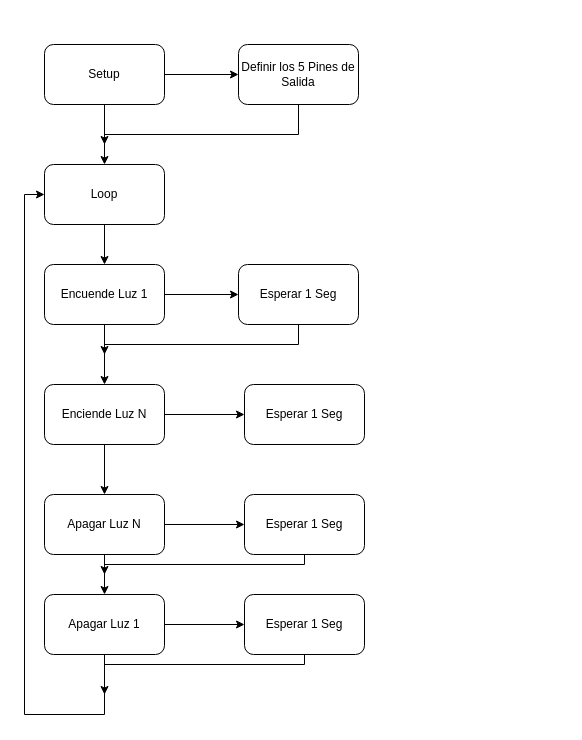
The draw.io diagram Untitled Diagram.drawio in juaruibr/arduino, before the edit. Source tidied: cells renumbered, new cells numbered last; positions are measured from the earlier drawing's top-left corner, leaving out a move shared by most shapes. Both pictures are drawn from the tidied source at 100%, with x=0, y=0 at pixel (24, 44).
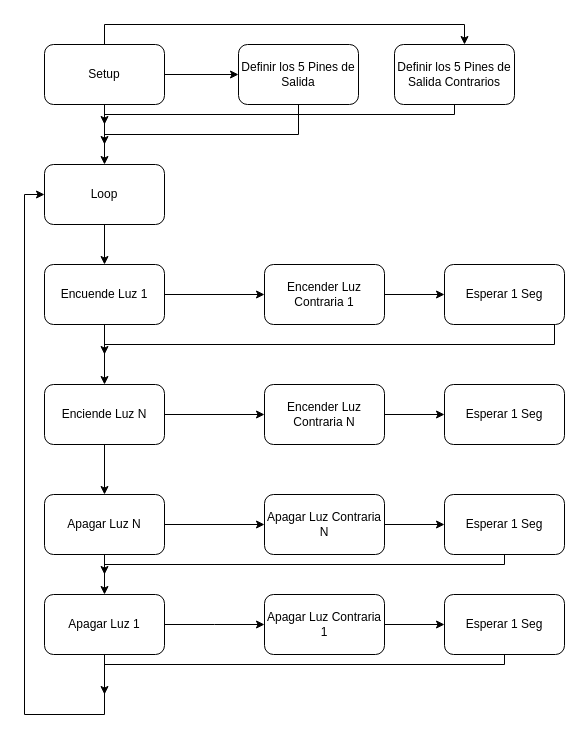
After the change.

Unchanged cells that the change refers to:
```xml
<mxCell id="4" value="Setup" style="rounded=1;whiteSpace=wrap;html=1;" parent="1" vertex="1">
  <mxGeometry x="20" width="120" height="60" as="geometry" />
</mxCell>
<mxCell id="7" value="Encuende Luz 1" style="rounded=1;whiteSpace=wrap;html=1;" parent="1" vertex="1">
  <mxGeometry x="20" y="220" width="120" height="60" as="geometry" />
</mxCell>
<mxCell id="12" value="Enciende Luz N" style="rounded=1;whiteSpace=wrap;html=1;" parent="1" vertex="1">
  <mxGeometry x="20" y="340" width="120" height="60" as="geometry" />
</mxCell>
<mxCell id="18" value="Apagar Luz N" style="rounded=1;whiteSpace=wrap;html=1;" parent="1" vertex="1">
  <mxGeometry x="20" y="450" width="120" height="60" as="geometry" />
</mxCell>
<mxCell id="21" value="Apagar Luz 1" style="rounded=1;whiteSpace=wrap;html=1;" parent="1" vertex="1">
  <mxGeometry x="20" y="550" width="120" height="60" as="geometry" />
</mxCell>
```

Change to the diagram source:
```diff
@@
+    <mxCell id="28" style="edgeStyle=orthogonalEdgeStyle;rounded=0;jettySize=auto;html=1;" parent="1" edge="1" source="4" target="38">
+      <mxGeometry relative="1" as="geometry">
+        <Array as="points">
+          <mxPoint x="80" y="-20" />
+          <mxPoint x="440" y="-20" />
+        </Array>
+      </mxGeometry>
+    </mxCell>
@@
-    <mxCell id="6" style="edgeStyle=orthogonalEdgeStyle;rounded=0;jettySize=auto;html=1;" parent="1" edge="1" source="7" target="14">
+    <mxCell id="6" style="edgeStyle=orthogonalEdgeStyle;rounded=0;jettySize=auto;html=1;entryX=0;entryY=0.5;entryDx=0;entryDy=0;" parent="1" edge="1" source="7" target="30">
       <mxGeometry relative="1" as="geometry" />
     </mxCell>
@@
-    <mxCell id="10" style="edgeStyle=orthogonalEdgeStyle;rounded=0;jettySize=auto;html=1;" parent="1" edge="1" source="12" target="15">
+    <mxCell id="10" style="edgeStyle=orthogonalEdgeStyle;rounded=0;jettySize=auto;html=1;entryX=0;entryY=0.5;entryDx=0;entryDy=0;" parent="1" edge="1" source="12" target="32">
       <mxGeometry relative="1" as="geometry" />
     </mxCell>
@@
     <mxCell id="13" style="edgeStyle=orthogonalEdgeStyle;rounded=0;jettySize=auto;html=1;" parent="1" edge="1" source="14">
       <mxGeometry relative="1" as="geometry">
         <mxPoint x="80" y="310" as="targetPoint" />
         <Array as="points">
-          <mxPoint x="274" y="300" />
+          <mxPoint x="530" y="300" />
           <mxPoint x="80" y="300" />
         </Array>
       </mxGeometry>
     </mxCell>
     <mxCell id="14" value="Esperar 1 Seg" style="rounded=1;whiteSpace=wrap;html=1;" parent="1" vertex="1">
-      <mxGeometry x="214" y="220" width="120" height="60" as="geometry" />
+      <mxGeometry x="420" y="220" width="120" height="60" as="geometry" />
     </mxCell>
     <mxCell id="15" value="Esperar 1 Seg" style="rounded=1;whiteSpace=wrap;html=1;" parent="1" vertex="1">
-      <mxGeometry x="220" y="340" width="120" height="60" as="geometry" />
+      <mxGeometry x="420" y="340" width="120" height="60" as="geometry" />
     </mxCell>
-    <mxCell id="16" style="edgeStyle=orthogonalEdgeStyle;rounded=0;jettySize=auto;html=1;" parent="1" edge="1" source="18" target="23">
+    <mxCell id="16" style="edgeStyle=orthogonalEdgeStyle;rounded=0;jettySize=auto;html=1;" parent="1" edge="1" source="18" target="34">
       <mxGeometry relative="1" as="geometry" />
     </mxCell>
@@
-    <mxCell id="19" style="edgeStyle=orthogonalEdgeStyle;rounded=0;jettySize=auto;html=1;" parent="1" edge="1" source="21" target="25">
-      <mxGeometry relative="1" as="geometry" />
+    <mxCell id="19" style="edgeStyle=orthogonalEdgeStyle;rounded=0;jettySize=auto;html=1;" parent="1" edge="1" source="21">
+      <mxGeometry relative="1" as="geometry">
+        <mxPoint x="240" y="580" as="targetPoint" />
+      </mxGeometry>
     </mxCell>
@@
     <mxCell id="22" style="edgeStyle=orthogonalEdgeStyle;rounded=0;jettySize=auto;html=1;" parent="1" edge="1" source="23">
       <mxGeometry relative="1" as="geometry">
         <mxPoint x="80" y="530" as="targetPoint" />
         <Array as="points">
-          <mxPoint x="280" y="520" />
+          <mxPoint x="480" y="520" />
           <mxPoint x="80" y="520" />
         </Array>
       </mxGeometry>
     </mxCell>
     <mxCell id="23" value="Esperar 1 Seg" style="rounded=1;whiteSpace=wrap;html=1;" parent="1" vertex="1">
-      <mxGeometry x="220" y="450" width="120" height="60" as="geometry" />
+      <mxGeometry x="420" y="450" width="120" height="60" as="geometry" />
     </mxCell>
     <mxCell id="24" style="edgeStyle=orthogonalEdgeStyle;rounded=0;jettySize=auto;html=1;" parent="1" edge="1" source="25">
       <mxGeometry relative="1" as="geometry">
         <mxPoint x="80" y="650" as="targetPoint" />
         <Array as="points">
-          <mxPoint x="280" y="620" />
+          <mxPoint x="480" y="620" />
           <mxPoint x="80" y="620" />
         </Array>
       </mxGeometry>
     </mxCell>
     <mxCell id="25" value="Esperar 1 Seg" style="rounded=1;whiteSpace=wrap;html=1;" parent="1" vertex="1">
-      <mxGeometry x="220" y="550" width="120" height="60" as="geometry" />
+      <mxGeometry x="420" y="550" width="120" height="60" as="geometry" />
     </mxCell>
@@
+    <mxCell id="29" style="edgeStyle=orthogonalEdgeStyle;rounded=0;jettySize=auto;html=1;entryX=0;entryY=0.5;entryDx=0;entryDy=0;" parent="1" edge="1" source="30" target="14">
+      <mxGeometry relative="1" as="geometry" />
+    </mxCell>
+    <mxCell id="30" value="Encender Luz Contraria 1" style="rounded=1;whiteSpace=wrap;html=1;" parent="1" vertex="1">
+      <mxGeometry x="240" y="220" width="120" height="60" as="geometry" />
+    </mxCell>
+    <mxCell id="31" style="edgeStyle=orthogonalEdgeStyle;rounded=0;jettySize=auto;html=1;" parent="1" edge="1" source="32" target="15">
+      <mxGeometry relative="1" as="geometry" />
+    </mxCell>
+    <mxCell id="32" value="Encender Luz Contraria N" style="rounded=1;whiteSpace=wrap;html=1;" parent="1" vertex="1">
+      <mxGeometry x="240" y="340" width="120" height="60" as="geometry" />
+    </mxCell>
+    <mxCell id="33" style="edgeStyle=orthogonalEdgeStyle;rounded=0;jettySize=auto;html=1;" parent="1" edge="1" source="34" target="23">
+      <mxGeometry relative="1" as="geometry" />
+    </mxCell>
+    <mxCell id="34" value="Apagar Luz Contraria&lt;br&gt;N" style="rounded=1;whiteSpace=wrap;html=1;" parent="1" vertex="1">
+      <mxGeometry x="240" y="450" width="120" height="60" as="geometry" />
+    </mxCell>
+    <mxCell id="35" style="edgeStyle=orthogonalEdgeStyle;rounded=0;jettySize=auto;html=1;entryX=0;entryY=0.5;entryDx=0;entryDy=0;" parent="1" edge="1" source="36" target="25">
+      <mxGeometry relative="1" as="geometry" />
+    </mxCell>
+    <mxCell id="36" value="Apagar Luz Contraria&lt;br&gt;1" style="rounded=1;whiteSpace=wrap;html=1;" parent="1" vertex="1">
+      <mxGeometry x="240" y="550" width="120" height="60" as="geometry" />
+    </mxCell>
+    <mxCell id="37" style="edgeStyle=orthogonalEdgeStyle;rounded=0;jettySize=auto;html=1;" parent="1" edge="1" source="38">
+      <mxGeometry relative="1" as="geometry">
+        <mxPoint x="80" y="80" as="targetPoint" />
+        <Array as="points">
+          <mxPoint x="430" y="70" />
+          <mxPoint x="80" y="70" />
+        </Array>
+      </mxGeometry>
+    </mxCell>
+    <mxCell id="38" value="Definir los 5 Pines de Salida Contrarios" style="rounded=1;whiteSpace=wrap;html=1;" parent="1" vertex="1">
+      <mxGeometry x="370" width="120" height="60" as="geometry" />
+    </mxCell>
```
